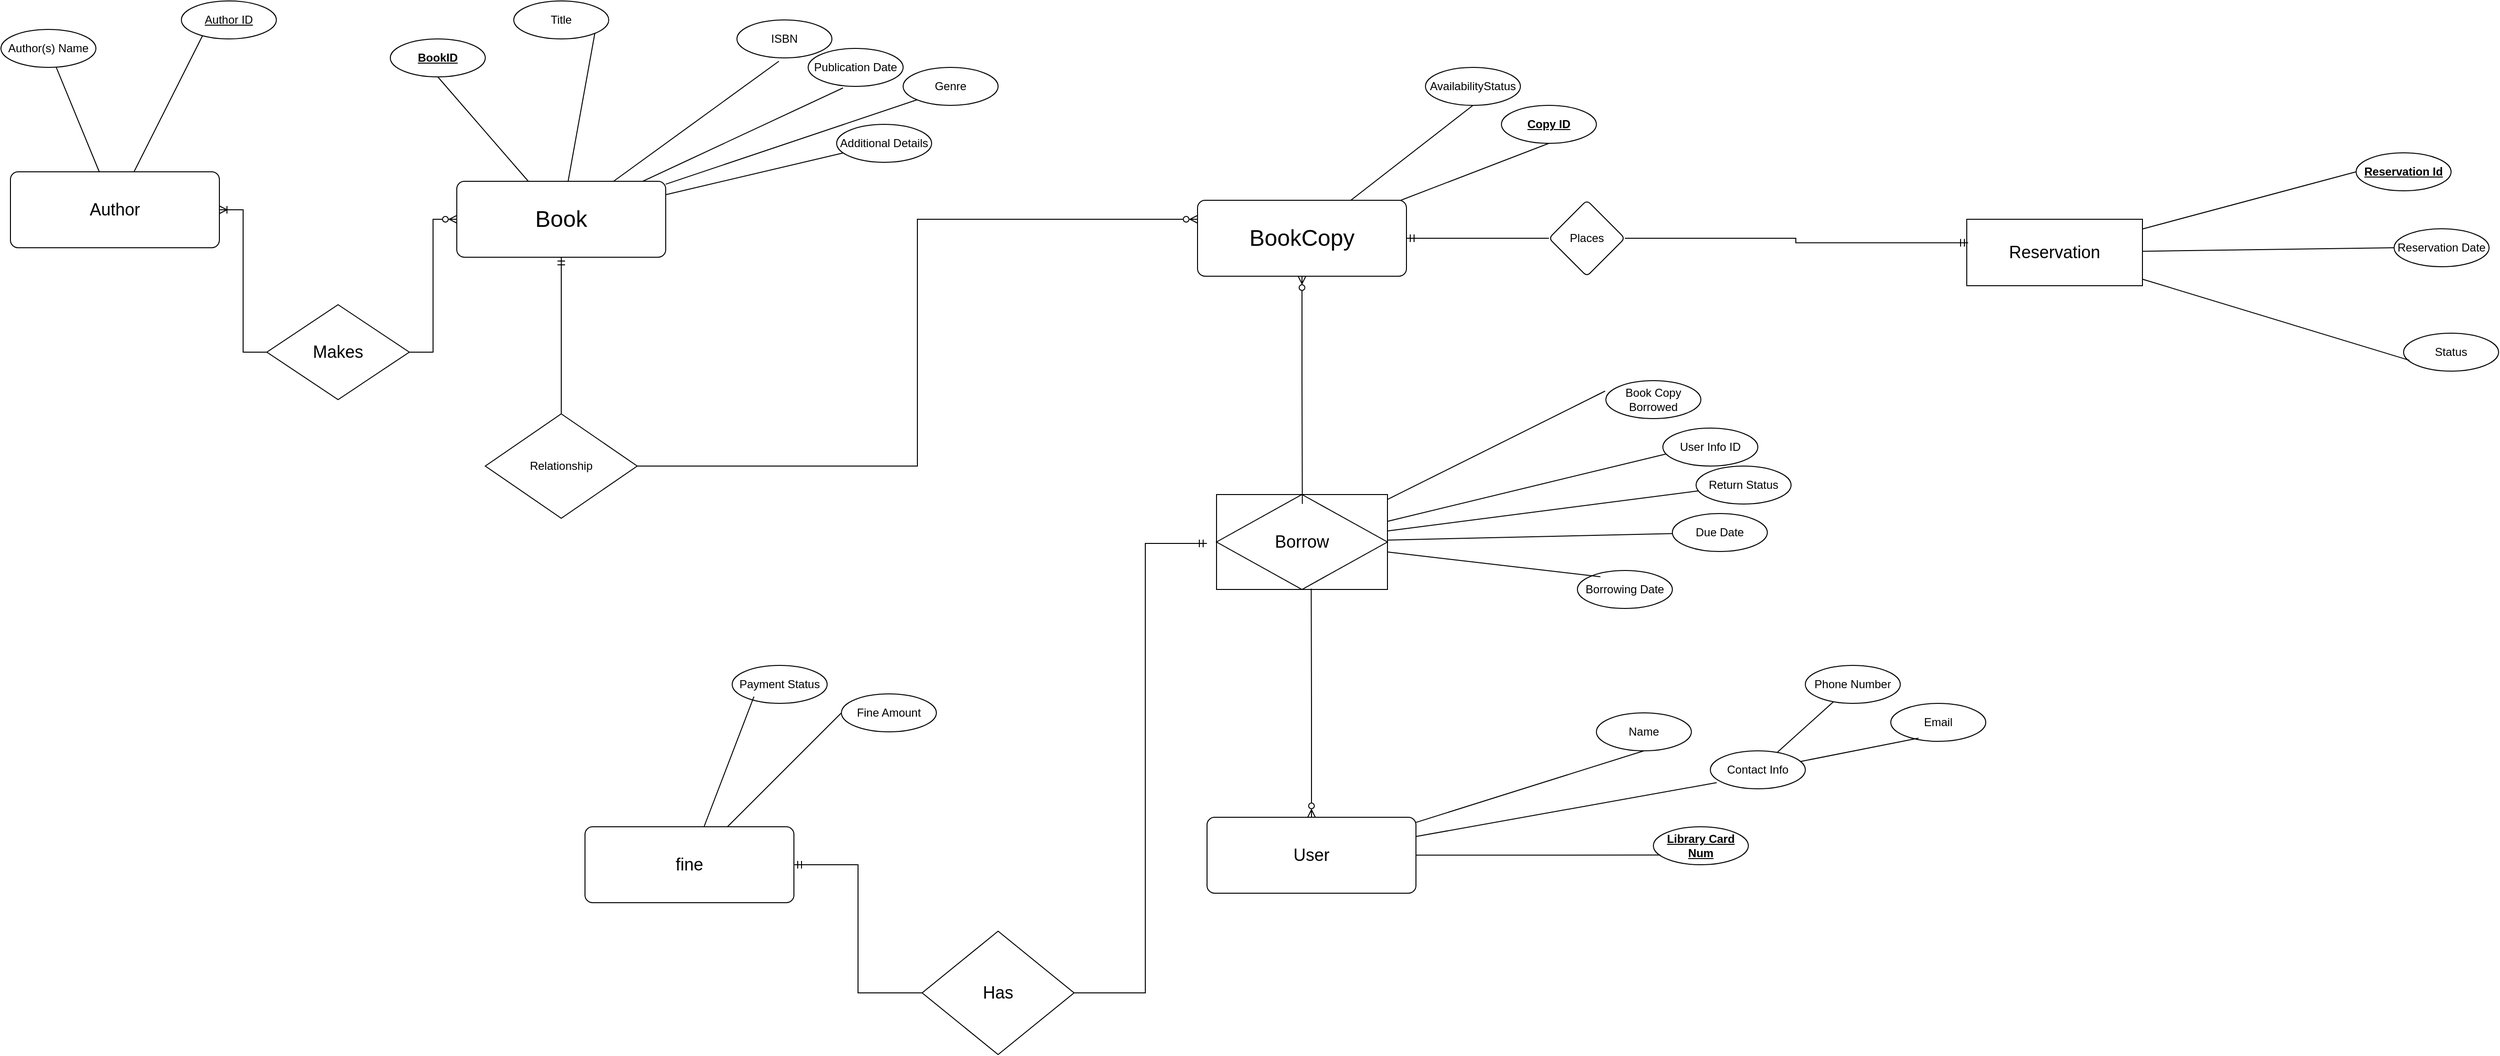
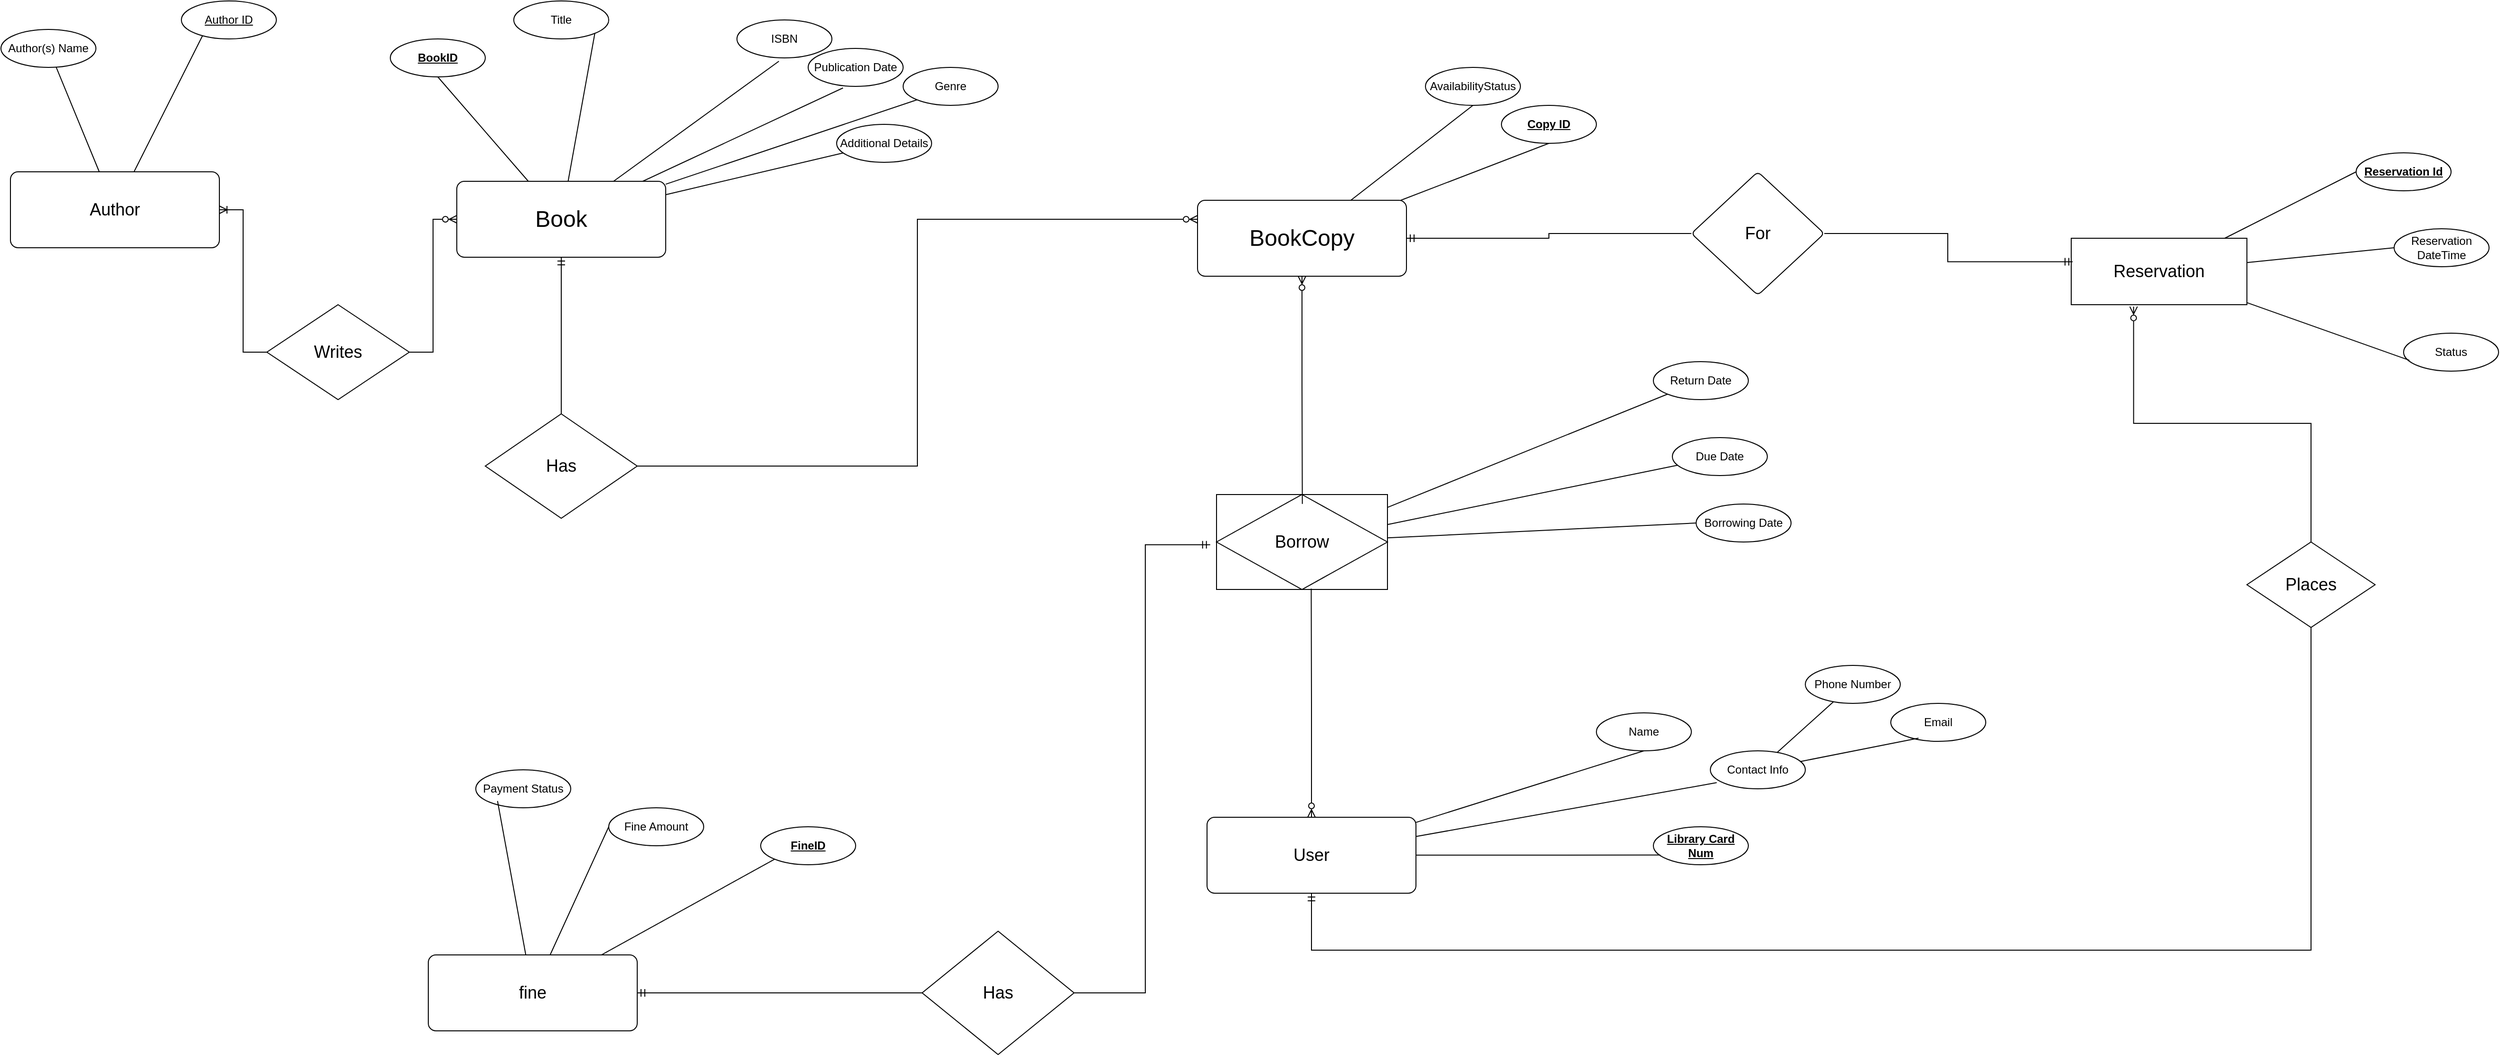
<mxfile host="app.diagrams.net">
  <diagram name="Page-1" id="B9Nwf9ZPLkXmfYra15Gt">
-     <mxGraphModel dx="1903" dy="1601" grid="1" gridSize="10" guides="1" tooltips="1" connect="1" arrows="1" fold="1" page="1" pageScale="1" pageWidth="850" pageHeight="1100" math="0" shadow="0">
+     <mxGraphModel dx="2298" dy="1789" grid="1" gridSize="10" guides="1" tooltips="1" connect="1" arrows="1" fold="1" page="1" pageScale="1" pageWidth="850" pageHeight="1100" math="0" shadow="0">
      <root>
        <mxCell id="0" />
        <mxCell id="1" parent="0" />
        <mxCell id="yqGJgnaFVJ7uCynHO3OM-8" edge="1" parent="1" source="yqGJgnaFVJ7uCynHO3OM-1" style="rounded=0;orthogonalLoop=1;jettySize=auto;html=1;entryX=0.5;entryY=1;entryDx=0;entryDy=0;endArrow=none;endFill=0;" target="yqGJgnaFVJ7uCynHO3OM-7">
          <mxGeometry relative="1" as="geometry" />
        </mxCell>
        <mxCell id="yqGJgnaFVJ7uCynHO3OM-9" edge="1" parent="1" source="yqGJgnaFVJ7uCynHO3OM-1" style="rounded=0;orthogonalLoop=1;jettySize=auto;html=1;entryX=1;entryY=1;entryDx=0;entryDy=0;endArrow=none;endFill=0;" target="yqGJgnaFVJ7uCynHO3OM-6">
          <mxGeometry relative="1" as="geometry" />
        </mxCell>
        <mxCell id="yqGJgnaFVJ7uCynHO3OM-14" edge="1" parent="1" source="yqGJgnaFVJ7uCynHO3OM-1" style="rounded=0;orthogonalLoop=1;jettySize=auto;html=1;entryX=0;entryY=1;entryDx=0;entryDy=0;endArrow=none;endFill=0;" target="yqGJgnaFVJ7uCynHO3OM-5">
          <mxGeometry relative="1" as="geometry" />
        </mxCell>
        <mxCell id="yqGJgnaFVJ7uCynHO3OM-16" edge="1" parent="1" source="yqGJgnaFVJ7uCynHO3OM-1" style="rounded=0;orthogonalLoop=1;jettySize=auto;html=1;endArrow=none;endFill=0;" target="yqGJgnaFVJ7uCynHO3OM-15">
          <mxGeometry relative="1" as="geometry" />
        </mxCell>
        <mxCell id="yqGJgnaFVJ7uCynHO3OM-65" edge="1" parent="1" source="yqGJgnaFVJ7uCynHO3OM-1" style="edgeStyle=orthogonalEdgeStyle;rounded=0;orthogonalLoop=1;jettySize=auto;html=1;startArrow=ERmandOne;startFill=0;endArrow=none;endFill=0;" target="yqGJgnaFVJ7uCynHO3OM-64">
          <mxGeometry relative="1" as="geometry" />
        </mxCell>
        <mxCell id="yqGJgnaFVJ7uCynHO3OM-1" parent="1" style="rounded=1;arcSize=10;whiteSpace=wrap;html=1;align=center;" value="&lt;font style=&quot;font-size: 24px;&quot;&gt;Book&lt;/font&gt;" vertex="1">
          <mxGeometry height="80" width="220" x="-30" y="110" as="geometry" />
        </mxCell>
        <mxCell id="yqGJgnaFVJ7uCynHO3OM-2" parent="1" style="ellipse;whiteSpace=wrap;html=1;align=center;" value="Author(s) Name" vertex="1">
          <mxGeometry height="40" width="100" x="-510" y="-50" as="geometry" />
        </mxCell>
        <mxCell id="yqGJgnaFVJ7uCynHO3OM-3" parent="1" style="ellipse;whiteSpace=wrap;html=1;align=center;" value="ISBN" vertex="1">
          <mxGeometry height="40" width="100" x="265" y="-60" as="geometry" />
        </mxCell>
        <mxCell id="yqGJgnaFVJ7uCynHO3OM-4" parent="1" style="ellipse;whiteSpace=wrap;html=1;align=center;" value="Publication Date" vertex="1">
          <mxGeometry height="40" width="100" x="340" y="-30" as="geometry" />
        </mxCell>
        <mxCell id="yqGJgnaFVJ7uCynHO3OM-5" parent="1" style="ellipse;whiteSpace=wrap;html=1;align=center;" value="Genre" vertex="1">
          <mxGeometry height="40" width="100" x="440" y="-10" as="geometry" />
        </mxCell>
        <mxCell id="yqGJgnaFVJ7uCynHO3OM-6" parent="1" style="ellipse;whiteSpace=wrap;html=1;align=center;" value="Title" vertex="1">
          <mxGeometry height="40" width="100" x="30" y="-80" as="geometry" />
        </mxCell>
        <mxCell id="yqGJgnaFVJ7uCynHO3OM-7" parent="1" style="ellipse;whiteSpace=wrap;html=1;align=center;" value="&lt;b&gt;&lt;u&gt;BookID&lt;/u&gt;&lt;/b&gt;" vertex="1">
          <mxGeometry height="40" width="100" x="-100" y="-40" as="geometry" />
        </mxCell>
        <mxCell id="yqGJgnaFVJ7uCynHO3OM-12" edge="1" parent="1" source="yqGJgnaFVJ7uCynHO3OM-1" style="rounded=0;orthogonalLoop=1;jettySize=auto;html=1;entryX=0.442;entryY=1.088;entryDx=0;entryDy=0;entryPerimeter=0;endArrow=none;endFill=0;" target="yqGJgnaFVJ7uCynHO3OM-3">
          <mxGeometry relative="1" as="geometry" />
        </mxCell>
        <mxCell id="yqGJgnaFVJ7uCynHO3OM-13" edge="1" parent="1" source="yqGJgnaFVJ7uCynHO3OM-1" style="rounded=0;orthogonalLoop=1;jettySize=auto;html=1;entryX=0.367;entryY=1.041;entryDx=0;entryDy=0;entryPerimeter=0;endArrow=none;endFill=0;" target="yqGJgnaFVJ7uCynHO3OM-4">
          <mxGeometry relative="1" as="geometry" />
        </mxCell>
        <mxCell id="yqGJgnaFVJ7uCynHO3OM-15" parent="1" style="ellipse;whiteSpace=wrap;html=1;align=center;" value="&lt;div&gt;Additional Details&lt;/div&gt;" vertex="1">
          <mxGeometry height="40" width="100" x="370" y="50" as="geometry" />
        </mxCell>
        <mxCell id="yqGJgnaFVJ7uCynHO3OM-19" edge="1" parent="1" source="yqGJgnaFVJ7uCynHO3OM-17" style="rounded=0;orthogonalLoop=1;jettySize=auto;html=1;entryX=0.5;entryY=1;entryDx=0;entryDy=0;endArrow=none;endFill=0;" target="yqGJgnaFVJ7uCynHO3OM-18">
          <mxGeometry relative="1" as="geometry" />
        </mxCell>
        <mxCell id="yqGJgnaFVJ7uCynHO3OM-21" edge="1" parent="1" source="yqGJgnaFVJ7uCynHO3OM-17" style="rounded=0;orthogonalLoop=1;jettySize=auto;html=1;entryX=0.5;entryY=1;entryDx=0;entryDy=0;endArrow=none;endFill=0;" target="yqGJgnaFVJ7uCynHO3OM-20">
          <mxGeometry relative="1" as="geometry" />
        </mxCell>
        <mxCell id="yqGJgnaFVJ7uCynHO3OM-77" edge="1" parent="1" source="yqGJgnaFVJ7uCynHO3OM-17" style="edgeStyle=orthogonalEdgeStyle;rounded=0;orthogonalLoop=1;jettySize=auto;html=1;endArrow=none;endFill=0;startArrow=ERmandOne;startFill=0;" target="yqGJgnaFVJ7uCynHO3OM-76" value="">
          <mxGeometry relative="1" as="geometry" />
        </mxCell>
        <mxCell id="yqGJgnaFVJ7uCynHO3OM-17" parent="1" style="rounded=1;arcSize=10;whiteSpace=wrap;html=1;align=center;" value="&lt;font style=&quot;font-size: 24px;&quot;&gt;BookCopy&lt;/font&gt;" vertex="1">
          <mxGeometry height="80" width="220" x="750" y="130" as="geometry" />
        </mxCell>
        <mxCell id="yqGJgnaFVJ7uCynHO3OM-18" parent="1" style="ellipse;whiteSpace=wrap;html=1;align=center;" value="&lt;u&gt;&lt;b&gt;Copy ID&lt;/b&gt;&lt;/u&gt;" vertex="1">
          <mxGeometry height="40" width="100" x="1070" y="30" as="geometry" />
        </mxCell>
        <mxCell id="yqGJgnaFVJ7uCynHO3OM-20" parent="1" style="ellipse;whiteSpace=wrap;html=1;align=center;" value="&lt;div&gt;AvailabilityStatus &lt;/div&gt;" vertex="1">
          <mxGeometry height="40" width="100" x="990" y="-10" as="geometry" />
        </mxCell>
        <mxCell id="yqGJgnaFVJ7uCynHO3OM-24" edge="1" parent="1" source="yqGJgnaFVJ7uCynHO3OM-22" style="rounded=0;orthogonalLoop=1;jettySize=auto;html=1;entryX=0.5;entryY=1;entryDx=0;entryDy=0;endArrow=none;endFill=0;" target="yqGJgnaFVJ7uCynHO3OM-23">
          <mxGeometry relative="1" as="geometry" />
        </mxCell>
-         <mxCell id="yqGJgnaFVJ7uCynHO3OM-62" edge="1" parent="1" source="yqGJgnaFVJ7uCynHO3OM-33" style="edgeStyle=orthogonalEdgeStyle;rounded=0;orthogonalLoop=1;jettySize=auto;html=1;entryX=1;entryY=0.5;entryDx=0;entryDy=0;endArrow=none;endFill=0;startArrow=ERmandOne;startFill=0;exitX=-0.056;exitY=0.515;exitDx=0;exitDy=0;exitPerimeter=0;" target="yqGJgnaFVJ7uCynHO3OM-61">
-           <mxGeometry relative="1" as="geometry" />
+         <mxCell id="yqGJgnaFVJ7uCynHO3OM-62" edge="1" parent="1" source="yqGJgnaFVJ7uCynHO3OM-33" style="edgeStyle=orthogonalEdgeStyle;rounded=0;orthogonalLoop=1;jettySize=auto;html=1;entryX=1;entryY=0.5;entryDx=0;entryDy=0;endArrow=none;endFill=0;startArrow=ERmandOne;startFill=0;exitX=-0.037;exitY=0.529;exitDx=0;exitDy=0;exitPerimeter=0;" target="yqGJgnaFVJ7uCynHO3OM-61">
+           <mxGeometry relative="1" as="geometry" />
+         </mxCell>
+         <mxCell id="yqGJgnaFVJ7uCynHO3OM-90" edge="1" parent="1" source="yqGJgnaFVJ7uCynHO3OM-22" style="edgeStyle=orthogonalEdgeStyle;rounded=0;orthogonalLoop=1;jettySize=auto;html=1;entryX=0.5;entryY=1;entryDx=0;entryDy=0;endArrow=none;endFill=0;startArrow=ERmandOne;startFill=0;" target="yqGJgnaFVJ7uCynHO3OM-89">
+           <mxGeometry relative="1" as="geometry">
+             <Array as="points">
+               <mxPoint x="870" y="920" />
+               <mxPoint x="1922.55" y="920" />
+             </Array>
+           </mxGeometry>
        </mxCell>
        <mxCell id="yqGJgnaFVJ7uCynHO3OM-22" parent="1" style="rounded=1;arcSize=10;whiteSpace=wrap;html=1;align=center;" value="&lt;font style=&quot;font-size: 18px;&quot;&gt;User&lt;/font&gt;" vertex="1">
          <mxGeometry height="80" width="220" x="760" y="780" as="geometry" />
        </mxCell>
        <mxCell id="yqGJgnaFVJ7uCynHO3OM-23" parent="1" style="ellipse;whiteSpace=wrap;html=1;align=center;" value="Name" vertex="1">
          <mxGeometry height="40" width="100" x="1170" y="670" as="geometry" />
        </mxCell>
        <mxCell id="yqGJgnaFVJ7uCynHO3OM-44" edge="1" parent="1" source="yqGJgnaFVJ7uCynHO3OM-26" style="rounded=0;orthogonalLoop=1;jettySize=auto;html=1;endArrow=none;endFill=0;" target="yqGJgnaFVJ7uCynHO3OM-43" value="">
          <mxGeometry relative="1" as="geometry" />
        </mxCell>
        <mxCell id="yqGJgnaFVJ7uCynHO3OM-26" parent="1" style="ellipse;whiteSpace=wrap;html=1;align=center;" value="Contact Info" vertex="1">
          <mxGeometry height="40" width="100" x="1290" y="710" as="geometry" />
        </mxCell>
        <mxCell id="yqGJgnaFVJ7uCynHO3OM-29" edge="1" parent="1" source="yqGJgnaFVJ7uCynHO3OM-22" style="rounded=0;orthogonalLoop=1;jettySize=auto;html=1;entryX=0.067;entryY=0.838;entryDx=0;entryDy=0;entryPerimeter=0;endArrow=none;endFill=0;" target="yqGJgnaFVJ7uCynHO3OM-26">
          <mxGeometry relative="1" as="geometry" />
        </mxCell>
        <mxCell id="yqGJgnaFVJ7uCynHO3OM-30" parent="1" style="ellipse;whiteSpace=wrap;html=1;align=center;" value="&lt;u&gt;&lt;b&gt;Library Card Num&lt;/b&gt;&lt;/u&gt;" vertex="1">
          <mxGeometry height="40" width="100" x="1230" y="790" as="geometry" />
        </mxCell>
        <mxCell id="yqGJgnaFVJ7uCynHO3OM-31" edge="1" parent="1" source="yqGJgnaFVJ7uCynHO3OM-22" style="rounded=0;orthogonalLoop=1;jettySize=auto;html=1;entryX=0.073;entryY=0.744;entryDx=0;entryDy=0;entryPerimeter=0;endArrow=none;endFill=0;" target="yqGJgnaFVJ7uCynHO3OM-30">
          <mxGeometry relative="1" as="geometry" />
        </mxCell>
        <mxCell id="yqGJgnaFVJ7uCynHO3OM-48" edge="1" parent="1" source="yqGJgnaFVJ7uCynHO3OM-33" style="rounded=0;orthogonalLoop=1;jettySize=auto;html=1;endArrow=none;endFill=0;" target="yqGJgnaFVJ7uCynHO3OM-40">
          <mxGeometry relative="1" as="geometry" />
        </mxCell>
        <mxCell id="yqGJgnaFVJ7uCynHO3OM-49" edge="1" parent="1" source="yqGJgnaFVJ7uCynHO3OM-33" style="rounded=0;orthogonalLoop=1;jettySize=auto;html=1;endArrow=none;endFill=0;" target="yqGJgnaFVJ7uCynHO3OM-36">
          <mxGeometry relative="1" as="geometry" />
        </mxCell>
        <mxCell id="yqGJgnaFVJ7uCynHO3OM-33" parent="1" style="shape=associativeEntity;whiteSpace=wrap;html=1;align=center;" value="&lt;font style=&quot;font-size: 18px;&quot;&gt;Borrow&lt;/font&gt;" vertex="1">
          <mxGeometry height="100" width="180" x="770" y="440" as="geometry" />
        </mxCell>
-         <mxCell id="yqGJgnaFVJ7uCynHO3OM-34" parent="1" style="ellipse;whiteSpace=wrap;html=1;align=center;" value="Book Copy Borrowed" vertex="1">
-           <mxGeometry height="40" width="100" x="1180" y="320" as="geometry" />
-         </mxCell>
-         <mxCell id="yqGJgnaFVJ7uCynHO3OM-36" parent="1" style="ellipse;whiteSpace=wrap;html=1;align=center;" value="Return Status" vertex="1">
-           <mxGeometry height="40" width="100" x="1275" y="410" as="geometry" />
-         </mxCell>
-         <mxCell id="yqGJgnaFVJ7uCynHO3OM-37" parent="1" style="ellipse;whiteSpace=wrap;html=1;align=center;" value="User Info ID" vertex="1">
-           <mxGeometry height="40" width="100" x="1240" y="370" as="geometry" />
+         <mxCell id="yqGJgnaFVJ7uCynHO3OM-36" parent="1" style="ellipse;whiteSpace=wrap;html=1;align=center;" value="Return Date" vertex="1">
+           <mxGeometry height="40" width="100" x="1230" y="300" as="geometry" />
        </mxCell>
        <mxCell id="yqGJgnaFVJ7uCynHO3OM-39" parent="1" style="ellipse;whiteSpace=wrap;html=1;align=center;" value="Borrowing Date" vertex="1">
-           <mxGeometry height="40" width="100" x="1150" y="520" as="geometry" />
+           <mxGeometry height="40" width="100" x="1275" y="450" as="geometry" />
        </mxCell>
        <mxCell id="yqGJgnaFVJ7uCynHO3OM-40" parent="1" style="ellipse;whiteSpace=wrap;html=1;align=center;" value="Due Date" vertex="1">
-           <mxGeometry height="40" width="100" x="1250" y="460" as="geometry" />
-         </mxCell>
-         <mxCell id="yqGJgnaFVJ7uCynHO3OM-41" edge="1" parent="1" source="yqGJgnaFVJ7uCynHO3OM-33" style="rounded=0;orthogonalLoop=1;jettySize=auto;html=1;entryX=-0.008;entryY=0.275;entryDx=0;entryDy=0;entryPerimeter=0;endArrow=none;endFill=0;" target="yqGJgnaFVJ7uCynHO3OM-34">
-           <mxGeometry relative="1" as="geometry" />
-         </mxCell>
-         <mxCell id="yqGJgnaFVJ7uCynHO3OM-42" edge="1" parent="1" source="yqGJgnaFVJ7uCynHO3OM-33" style="rounded=0;orthogonalLoop=1;jettySize=auto;html=1;entryX=0.035;entryY=0.681;entryDx=0;entryDy=0;entryPerimeter=0;endArrow=none;endFill=0;" target="yqGJgnaFVJ7uCynHO3OM-37">
-           <mxGeometry relative="1" as="geometry" />
+           <mxGeometry height="40" width="100" x="1250" y="380" as="geometry" />
        </mxCell>
        <mxCell id="yqGJgnaFVJ7uCynHO3OM-43" parent="1" style="ellipse;whiteSpace=wrap;html=1;align=center;" value="Phone Number" vertex="1">
          <mxGeometry height="40" width="100" x="1390" y="620" as="geometry" />
        </mxCell>
        <mxCell id="yqGJgnaFVJ7uCynHO3OM-45" parent="1" style="ellipse;whiteSpace=wrap;html=1;align=center;" value="Email" vertex="1">
          <mxGeometry height="40" width="100" x="1480" y="660" as="geometry" />
        </mxCell>
        <mxCell id="yqGJgnaFVJ7uCynHO3OM-46" edge="1" parent="1" source="yqGJgnaFVJ7uCynHO3OM-26" style="rounded=0;orthogonalLoop=1;jettySize=auto;html=1;entryX=0.292;entryY=0.916;entryDx=0;entryDy=0;entryPerimeter=0;endArrow=none;endFill=0;" target="yqGJgnaFVJ7uCynHO3OM-45">
          <mxGeometry relative="1" as="geometry" />
        </mxCell>
-         <mxCell id="yqGJgnaFVJ7uCynHO3OM-47" edge="1" parent="1" source="yqGJgnaFVJ7uCynHO3OM-33" style="rounded=0;orthogonalLoop=1;jettySize=auto;html=1;entryX=0.242;entryY=0.166;entryDx=0;entryDy=0;entryPerimeter=0;endArrow=none;endFill=0;" target="yqGJgnaFVJ7uCynHO3OM-39">
+         <mxCell id="yqGJgnaFVJ7uCynHO3OM-47" edge="1" parent="1" source="yqGJgnaFVJ7uCynHO3OM-33" style="rounded=0;orthogonalLoop=1;jettySize=auto;html=1;entryX=0;entryY=0.5;entryDx=0;entryDy=0;endArrow=none;endFill=0;" target="yqGJgnaFVJ7uCynHO3OM-39">
          <mxGeometry relative="1" as="geometry" />
        </mxCell>
        <mxCell id="yqGJgnaFVJ7uCynHO3OM-54" edge="1" parent="1" source="yqGJgnaFVJ7uCynHO3OM-50" style="rounded=0;orthogonalLoop=1;jettySize=auto;html=1;entryX=0;entryY=0.5;entryDx=0;entryDy=0;endArrow=none;endFill=0;" target="yqGJgnaFVJ7uCynHO3OM-53">
          <mxGeometry relative="1" as="geometry" />
        </mxCell>
+         <mxCell id="yqGJgnaFVJ7uCynHO3OM-87" edge="1" parent="1" source="yqGJgnaFVJ7uCynHO3OM-50" style="rounded=0;orthogonalLoop=1;jettySize=auto;html=1;entryX=0;entryY=1;entryDx=0;entryDy=0;endArrow=none;endFill=0;" target="yqGJgnaFVJ7uCynHO3OM-86">
+           <mxGeometry relative="1" as="geometry" />
+         </mxCell>
        <mxCell id="yqGJgnaFVJ7uCynHO3OM-50" parent="1" style="rounded=1;arcSize=10;whiteSpace=wrap;html=1;align=center;" value="&lt;font style=&quot;font-size: 18px;&quot;&gt;fine&lt;/font&gt;" vertex="1">
-           <mxGeometry height="80" width="220" x="105" y="790" as="geometry" />
+           <mxGeometry height="80" width="220" x="-60" y="925" as="geometry" />
        </mxCell>
        <mxCell id="yqGJgnaFVJ7uCynHO3OM-51" parent="1" style="ellipse;whiteSpace=wrap;html=1;align=center;" value="Payment Status" vertex="1">
-           <mxGeometry height="40" width="100" x="260" y="620" as="geometry" />
+           <mxGeometry height="40" width="100" x="-10" y="730" as="geometry" />
        </mxCell>
        <mxCell id="yqGJgnaFVJ7uCynHO3OM-52" edge="1" parent="1" source="yqGJgnaFVJ7uCynHO3OM-50" style="rounded=0;orthogonalLoop=1;jettySize=auto;html=1;entryX=0.229;entryY=0.822;entryDx=0;entryDy=0;entryPerimeter=0;endArrow=none;endFill=0;" target="yqGJgnaFVJ7uCynHO3OM-51">
          <mxGeometry relative="1" as="geometry" />
        </mxCell>
        <mxCell id="yqGJgnaFVJ7uCynHO3OM-53" parent="1" style="ellipse;whiteSpace=wrap;html=1;align=center;" value="Fine Amount" vertex="1">
-           <mxGeometry height="40" width="100" x="375" y="650" as="geometry" />
+           <mxGeometry height="40" width="100" x="130" y="770" as="geometry" />
        </mxCell>
        <mxCell id="yqGJgnaFVJ7uCynHO3OM-57" edge="1" parent="1" source="yqGJgnaFVJ7uCynHO3OM-22" style="edgeStyle=orthogonalEdgeStyle;rounded=0;orthogonalLoop=1;jettySize=auto;html=1;entryX=0.554;entryY=0.991;entryDx=0;entryDy=0;entryPerimeter=0;endArrow=none;endFill=0;startArrow=ERzeroToMany;startFill=0;" target="yqGJgnaFVJ7uCynHO3OM-33">
          <mxGeometry relative="1" as="geometry" />
        </mxCell>
        <mxCell id="yqGJgnaFVJ7uCynHO3OM-59" edge="1" parent="1" source="yqGJgnaFVJ7uCynHO3OM-17" style="edgeStyle=orthogonalEdgeStyle;rounded=0;orthogonalLoop=1;jettySize=auto;html=1;entryX=0.502;entryY=0.099;entryDx=0;entryDy=0;entryPerimeter=0;endArrow=none;endFill=0;startArrow=ERzeroToMany;startFill=0;" target="yqGJgnaFVJ7uCynHO3OM-33">
          <mxGeometry relative="1" as="geometry" />
        </mxCell>
        <mxCell id="yqGJgnaFVJ7uCynHO3OM-63" edge="1" parent="1" source="yqGJgnaFVJ7uCynHO3OM-61" style="edgeStyle=orthogonalEdgeStyle;rounded=0;orthogonalLoop=1;jettySize=auto;html=1;entryX=1;entryY=0.5;entryDx=0;entryDy=0;endArrow=ERmandOne;endFill=0;startArrow=none;startFill=0;" target="yqGJgnaFVJ7uCynHO3OM-50">
          <mxGeometry relative="1" as="geometry" />
        </mxCell>
        <mxCell id="yqGJgnaFVJ7uCynHO3OM-61" parent="1" style="shape=rhombus;perimeter=rhombusPerimeter;whiteSpace=wrap;html=1;align=center;" value="&lt;font style=&quot;font-size: 18px;&quot;&gt;Has&lt;/font&gt;" vertex="1">
          <mxGeometry height="130" width="160" x="460" y="900" as="geometry" />
        </mxCell>
        <mxCell id="yqGJgnaFVJ7uCynHO3OM-66" edge="1" parent="1" source="yqGJgnaFVJ7uCynHO3OM-64" style="edgeStyle=orthogonalEdgeStyle;rounded=0;orthogonalLoop=1;jettySize=auto;html=1;entryX=0;entryY=0.25;entryDx=0;entryDy=0;endArrow=ERzeroToMany;endFill=0;" target="yqGJgnaFVJ7uCynHO3OM-17">
          <mxGeometry relative="1" as="geometry" />
        </mxCell>
-         <mxCell id="yqGJgnaFVJ7uCynHO3OM-64" parent="1" style="shape=rhombus;perimeter=rhombusPerimeter;whiteSpace=wrap;html=1;align=center;" value="Relationship" vertex="1">
+         <mxCell id="yqGJgnaFVJ7uCynHO3OM-64" parent="1" style="shape=rhombus;perimeter=rhombusPerimeter;whiteSpace=wrap;html=1;align=center;" value="&lt;font style=&quot;font-size: 18px;&quot;&gt;Has&lt;/font&gt;" vertex="1">
          <mxGeometry height="110" width="160" y="355" as="geometry" />
        </mxCell>
        <mxCell id="yqGJgnaFVJ7uCynHO3OM-70" edge="1" parent="1" source="yqGJgnaFVJ7uCynHO3OM-68" style="rounded=0;orthogonalLoop=1;jettySize=auto;html=1;entryX=0;entryY=0.5;entryDx=0;entryDy=0;endArrow=none;endFill=0;" target="yqGJgnaFVJ7uCynHO3OM-69">
          <mxGeometry relative="1" as="geometry" />
        </mxCell>
        <mxCell id="yqGJgnaFVJ7uCynHO3OM-68" parent="1" style="whiteSpace=wrap;html=1;" value="&lt;font style=&quot;font-size: 18px;&quot;&gt;Reservation&lt;/font&gt;" vertex="1">
-           <mxGeometry height="70" width="185" x="1560" y="150" as="geometry" />
+           <mxGeometry height="70" width="185" x="1670" y="170" as="geometry" />
        </mxCell>
        <mxCell id="yqGJgnaFVJ7uCynHO3OM-69" parent="1" style="ellipse;whiteSpace=wrap;html=1;align=center;" value="&lt;b&gt;&lt;u&gt;Reservation Id&lt;/u&gt;&lt;/b&gt;" vertex="1">
          <mxGeometry height="40" width="100" x="1970" y="80" as="geometry" />
        </mxCell>
-         <mxCell id="yqGJgnaFVJ7uCynHO3OM-71" parent="1" style="ellipse;whiteSpace=wrap;html=1;align=center;" value="Reservation Date" vertex="1">
+         <mxCell id="yqGJgnaFVJ7uCynHO3OM-71" parent="1" style="ellipse;whiteSpace=wrap;html=1;align=center;" value="Reservation DateTime" vertex="1">
          <mxGeometry height="40" width="100" x="2010" y="160" as="geometry" />
        </mxCell>
        <mxCell id="yqGJgnaFVJ7uCynHO3OM-72" edge="1" parent="1" source="yqGJgnaFVJ7uCynHO3OM-68" style="rounded=0;orthogonalLoop=1;jettySize=auto;html=1;entryX=0;entryY=0.5;entryDx=0;entryDy=0;endArrow=none;endFill=0;" target="yqGJgnaFVJ7uCynHO3OM-71">
          <mxGeometry relative="1" as="geometry" />
        </mxCell>
        <mxCell id="yqGJgnaFVJ7uCynHO3OM-74" parent="1" style="ellipse;whiteSpace=wrap;html=1;align=center;" value="Status" vertex="1">
          <mxGeometry height="40" width="100" x="2020" y="270" as="geometry" />
        </mxCell>
        <mxCell id="yqGJgnaFVJ7uCynHO3OM-75" edge="1" parent="1" source="yqGJgnaFVJ7uCynHO3OM-68" style="rounded=0;orthogonalLoop=1;jettySize=auto;html=1;entryX=0.061;entryY=0.714;entryDx=0;entryDy=0;entryPerimeter=0;endArrow=none;endFill=0;" target="yqGJgnaFVJ7uCynHO3OM-74">
          <mxGeometry relative="1" as="geometry" />
        </mxCell>
-         <mxCell id="yqGJgnaFVJ7uCynHO3OM-76" parent="1" style="rhombus;whiteSpace=wrap;html=1;rounded=1;arcSize=10;" value="Places" vertex="1">
-           <mxGeometry height="80" width="80" x="1120" y="130" as="geometry" />
+         <mxCell id="yqGJgnaFVJ7uCynHO3OM-76" parent="1" style="rhombus;whiteSpace=wrap;html=1;rounded=1;arcSize=10;" value="&lt;font style=&quot;font-size: 18px;&quot;&gt;For&lt;/font&gt;" vertex="1">
+           <mxGeometry height="130" width="140" x="1270" y="100" as="geometry" />
        </mxCell>
        <mxCell id="yqGJgnaFVJ7uCynHO3OM-78" edge="1" parent="1" source="yqGJgnaFVJ7uCynHO3OM-76" style="edgeStyle=orthogonalEdgeStyle;rounded=0;orthogonalLoop=1;jettySize=auto;html=1;entryX=0.008;entryY=0.353;entryDx=0;entryDy=0;entryPerimeter=0;endArrow=ERmandOne;endFill=0;" target="yqGJgnaFVJ7uCynHO3OM-68">
          <mxGeometry relative="1" as="geometry" />
        </mxCell>
        <mxCell id="yqGJgnaFVJ7uCynHO3OM-80" edge="1" parent="1" source="yqGJgnaFVJ7uCynHO3OM-79" style="rounded=0;orthogonalLoop=1;jettySize=auto;html=1;endArrow=none;endFill=0;" target="yqGJgnaFVJ7uCynHO3OM-2">
          <mxGeometry relative="1" as="geometry" />
        </mxCell>
        <mxCell id="yqGJgnaFVJ7uCynHO3OM-84" edge="1" parent="1" source="yqGJgnaFVJ7uCynHO3OM-79" style="edgeStyle=orthogonalEdgeStyle;rounded=0;orthogonalLoop=1;jettySize=auto;html=1;entryX=0;entryY=0.5;entryDx=0;entryDy=0;endArrow=none;endFill=0;startArrow=ERoneToMany;startFill=0;" target="yqGJgnaFVJ7uCynHO3OM-83">
          <mxGeometry relative="1" as="geometry" />
        </mxCell>
        <mxCell id="yqGJgnaFVJ7uCynHO3OM-79" parent="1" style="rounded=1;arcSize=10;whiteSpace=wrap;html=1;align=center;" value="&lt;font style=&quot;font-size: 18px;&quot;&gt;Author&lt;/font&gt;" vertex="1">
          <mxGeometry height="80" width="220" x="-500" y="100" as="geometry" />
        </mxCell>
        <mxCell id="yqGJgnaFVJ7uCynHO3OM-81" parent="1" style="ellipse;whiteSpace=wrap;html=1;align=center;" value="&lt;u&gt;Author ID&lt;/u&gt;" vertex="1">
          <mxGeometry height="40" width="100" x="-320" y="-80" as="geometry" />
        </mxCell>
        <mxCell id="yqGJgnaFVJ7uCynHO3OM-82" edge="1" parent="1" source="yqGJgnaFVJ7uCynHO3OM-79" style="rounded=0;orthogonalLoop=1;jettySize=auto;html=1;entryX=0.222;entryY=0.918;entryDx=0;entryDy=0;entryPerimeter=0;endArrow=none;endFill=0;" target="yqGJgnaFVJ7uCynHO3OM-81">
          <mxGeometry relative="1" as="geometry" />
        </mxCell>
        <mxCell id="yqGJgnaFVJ7uCynHO3OM-85" edge="1" parent="1" source="yqGJgnaFVJ7uCynHO3OM-83" style="edgeStyle=orthogonalEdgeStyle;rounded=0;orthogonalLoop=1;jettySize=auto;html=1;entryX=0;entryY=0.5;entryDx=0;entryDy=0;endArrow=ERzeroToMany;endFill=0;" target="yqGJgnaFVJ7uCynHO3OM-1">
          <mxGeometry relative="1" as="geometry" />
        </mxCell>
-         <mxCell id="yqGJgnaFVJ7uCynHO3OM-83" parent="1" style="shape=rhombus;perimeter=rhombusPerimeter;whiteSpace=wrap;html=1;align=center;" value="&lt;font style=&quot;font-size: 18px;&quot;&gt;Makes&lt;/font&gt;" vertex="1">
+         <mxCell id="yqGJgnaFVJ7uCynHO3OM-83" parent="1" style="shape=rhombus;perimeter=rhombusPerimeter;whiteSpace=wrap;html=1;align=center;" value="&lt;font style=&quot;font-size: 18px;&quot;&gt;Writes&lt;/font&gt;" vertex="1">
          <mxGeometry height="100" width="150" x="-230" y="240" as="geometry" />
+         </mxCell>
+         <mxCell id="yqGJgnaFVJ7uCynHO3OM-86" parent="1" style="ellipse;whiteSpace=wrap;html=1;align=center;" value="&lt;b&gt;&lt;u&gt;FineID&lt;/u&gt;&lt;/b&gt;" vertex="1">
+           <mxGeometry height="40" width="100" x="290" y="790" as="geometry" />
+         </mxCell>
+         <mxCell id="yqGJgnaFVJ7uCynHO3OM-89" parent="1" style="shape=rhombus;perimeter=rhombusPerimeter;whiteSpace=wrap;html=1;align=center;" value="&lt;font style=&quot;font-size: 18px;&quot;&gt;Places&lt;/font&gt;" vertex="1">
+           <mxGeometry height="90" width="135" x="1855" y="490" as="geometry" />
+         </mxCell>
+         <mxCell id="yqGJgnaFVJ7uCynHO3OM-91" edge="1" parent="1" source="yqGJgnaFVJ7uCynHO3OM-89" style="edgeStyle=orthogonalEdgeStyle;rounded=0;orthogonalLoop=1;jettySize=auto;html=1;entryX=0.355;entryY=1.028;entryDx=0;entryDy=0;entryPerimeter=0;endArrow=ERzeroToMany;endFill=0;startArrow=none;startFill=0;" target="yqGJgnaFVJ7uCynHO3OM-68">
+           <mxGeometry relative="1" as="geometry" />
        </mxCell>
      </root>
    </mxGraphModel>
  </diagram>
</mxfile>
